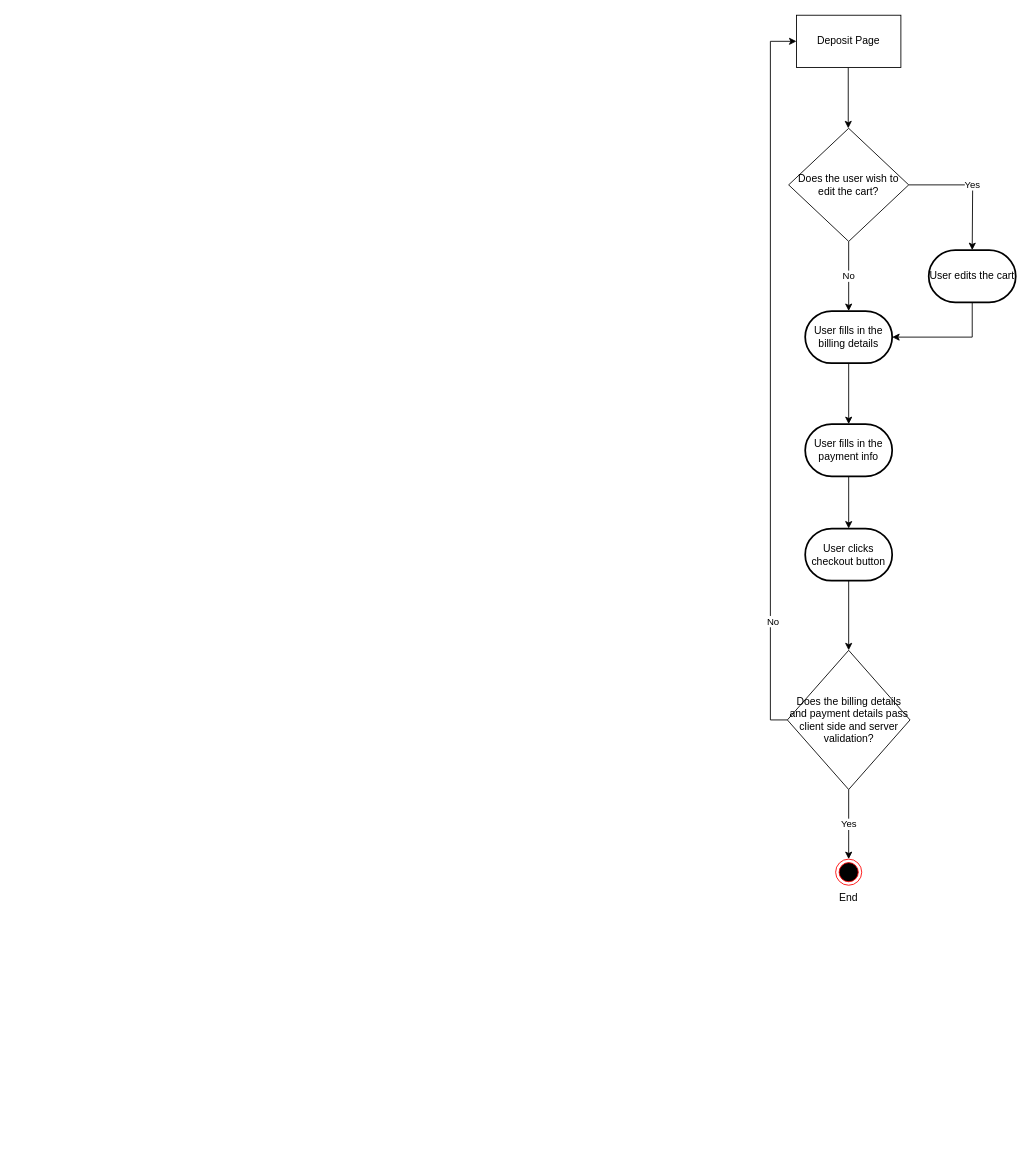
Awrmani/AutoQuotes keeps this draw.io diagram as Activity_Diagrams/End-User/EndUserDeposit.drawio. Above is the earlier version. Source tidied: cells renumbered, new cells numbered last; positions are measured from the earlier drawing's top-left corner, leaving out a move shared by most shapes. Both pictures are drawn from the tidied source at 87%, with x=0, y=0 at pixel (770, 15).
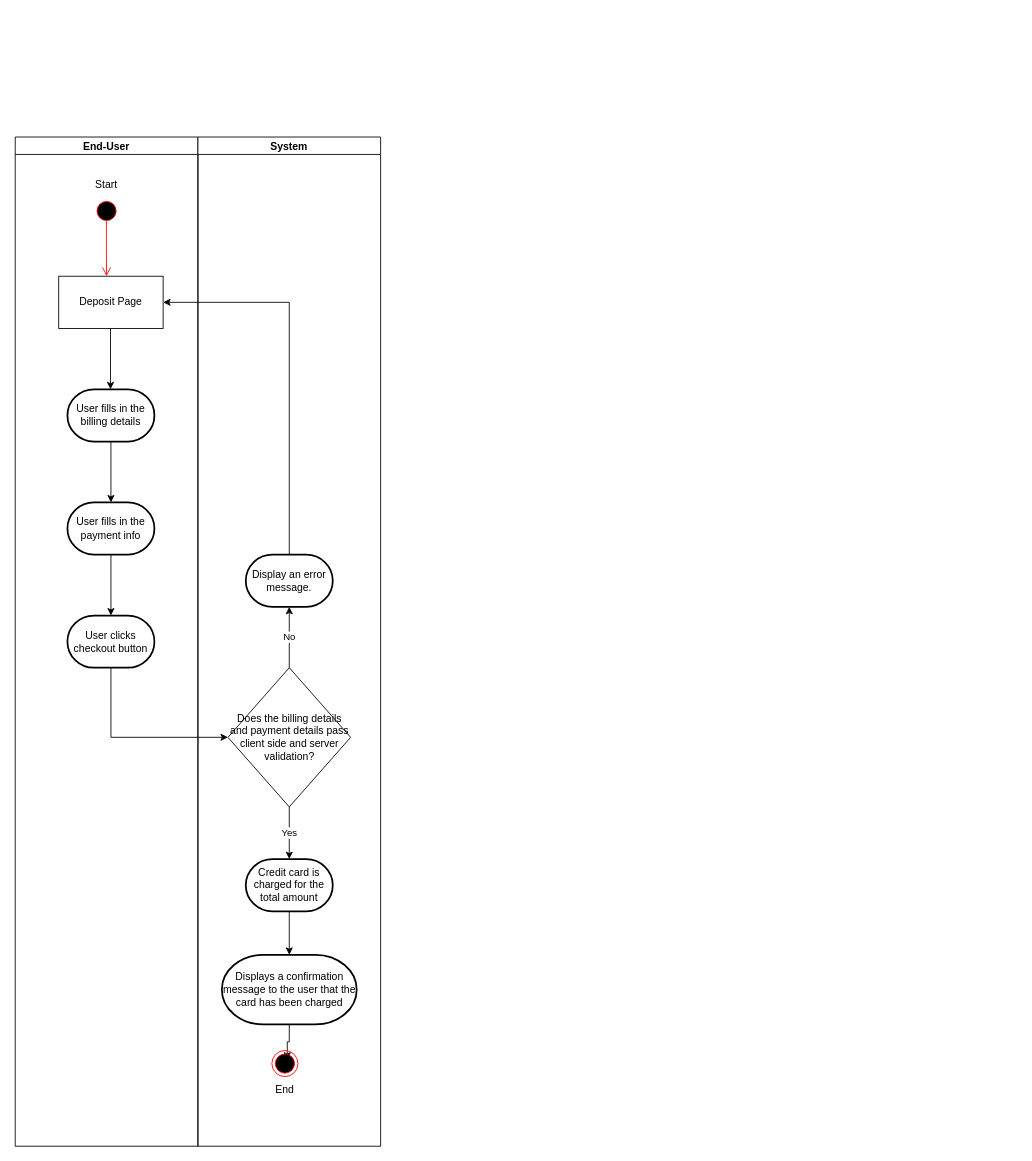
After the change.

Change to the diagram source:
```diff
@@
+    <mxCell id="21" value="End-User" style="swimlane;startSize=20;" parent="1" vertex="1">
+      <mxGeometry x="-868" y="140" width="210" height="1160" as="geometry" />
+    </mxCell>
+    <mxCell id="22" style="ellipse;html=1;shape=startState;fillColor=#000000;strokeColor=#ff0000;" parent="21" vertex="1">
+      <mxGeometry x="90" y="70" width="30" height="30" as="geometry" />
+    </mxCell>
+    <mxCell id="23" style="edgeStyle=orthogonalEdgeStyle;html=1;verticalAlign=bottom;endArrow=open;endSize=8;strokeColor=#ff0000;rounded=0;exitX=0.493;exitY=0.891;exitDx=0;exitDy=0;exitPerimeter=0;" parent="21" edge="1" source="22">
+      <mxGeometry relative="1" as="geometry">
+        <mxPoint x="105" y="160" as="targetPoint" />
+      </mxGeometry>
+    </mxCell>
+    <mxCell id="24" value="Start" style="text;html=1;strokeColor=none;fillColor=none;align=center;verticalAlign=middle;whiteSpace=wrap;rounded=0;" parent="21" vertex="1">
+      <mxGeometry x="75" y="40" width="60" height="30" as="geometry" />
+    </mxCell>
-    <mxCell id="2" style="edgeStyle=orthogonalEdgeStyle;rounded=0;jettySize=auto;html=1;entryX=0.5;entryY=0;entryDx=0;entryDy=0;entryPerimeter=0;" parent="1" edge="1" source="3">
+    <mxCell id="2" style="edgeStyle=orthogonalEdgeStyle;rounded=0;jettySize=auto;html=1;entryX=0.5;entryY=0;entryDx=0;entryDy=0;entryPerimeter=0;" parent="21" edge="1" source="3">
       <mxGeometry relative="1" as="geometry">
-        <mxPoint x="89.5" y="130" as="targetPoint" />
+        <mxPoint x="109.5" y="290" as="targetPoint" />
       </mxGeometry>
     </mxCell>
-    <mxCell id="3" value="Deposit Page" style="rounded=0;whiteSpace=wrap;html=1;" parent="1" vertex="1">
-      <mxGeometry x="30" width="120" height="60" as="geometry" />
+    <mxCell id="3" value="Deposit Page" style="rounded=0;whiteSpace=wrap;html=1;" parent="21" vertex="1">
+      <mxGeometry x="50" y="160" width="120" height="60" as="geometry" />
     </mxCell>
-    <mxCell id="4" value="No" style="edgeStyle=orthogonalEdgeStyle;rounded=0;jettySize=auto;html=1;" parent="1" edge="1" source="6">
-      <mxGeometry relative="1" as="geometry">
-        <mxPoint x="90" y="340" as="targetPoint" />
-      </mxGeometry>
-    </mxCell>
+    <mxCell id="8" value="User fills in the billing details" style="strokeWidth=2;html=1;shape=mxgraph.flowchart.terminator;whiteSpace=wrap;" parent="21" vertex="1">
+      <mxGeometry x="60" y="290" width="100" height="60" as="geometry" />
+    </mxCell>
+    <mxCell id="10" value="User fills in the payment info" style="strokeWidth=2;html=1;shape=mxgraph.flowchart.terminator;whiteSpace=wrap;" parent="21" vertex="1">
+      <mxGeometry x="60" y="420" width="100" height="60" as="geometry" />
+    </mxCell>
+    <mxCell id="7" style="edgeStyle=orthogonalEdgeStyle;rounded=0;jettySize=auto;html=1;" parent="21" edge="1" source="8" target="10">
+      <mxGeometry relative="1" as="geometry" />
+    </mxCell>
+    <mxCell id="18" value="User clicks checkout button" style="strokeWidth=2;html=1;shape=mxgraph.flowchart.terminator;whiteSpace=wrap;" parent="21" vertex="1">
+      <mxGeometry x="60" y="550" width="100" height="60" as="geometry" />
+    </mxCell>
+    <mxCell id="9" style="edgeStyle=orthogonalEdgeStyle;rounded=0;jettySize=auto;html=1;entryX=0.5;entryY=0;entryDx=0;entryDy=0;entryPerimeter=0;" parent="21" edge="1" source="10" target="18">
+      <mxGeometry relative="1" as="geometry" />
+    </mxCell>
+    <mxCell id="25" value="System" style="swimlane;startSize=20;" parent="1" vertex="1">
+      <mxGeometry x="-658" y="140" width="210" height="1160" as="geometry" />
+    </mxCell>
-    <mxCell id="5" value="Yes" style="edgeStyle=orthogonalEdgeStyle;rounded=0;jettySize=auto;html=1;" parent="1" edge="1" source="6">
-      <mxGeometry relative="1" as="geometry">
-        <mxPoint x="232" y="270" as="targetPoint" />
-      </mxGeometry>
+    <mxCell id="5" value="Yes" style="edgeStyle=orthogonalEdgeStyle;rounded=0;jettySize=auto;html=1;" parent="25" edge="1" source="14" target="28">
+      <mxGeometry relative="1" as="geometry" />
     </mxCell>
-    <mxCell id="6" value="&lt;div style=&quot;&quot;&gt;&lt;span style=&quot;background-color: initial;&quot;&gt;Does the user wish to edit the cart?&lt;/span&gt;&lt;/div&gt;" style="rhombus;whiteSpace=wrap;html=1;align=center;" parent="1" vertex="1">
-      <mxGeometry x="21" y="130" width="138" height="130" as="geometry" />
-    </mxCell>
-    <mxCell id="7" style="edgeStyle=orthogonalEdgeStyle;rounded=0;jettySize=auto;html=1;" parent="1" edge="1" source="8" target="10">
-      <mxGeometry relative="1" as="geometry" />
-    </mxCell>
-    <mxCell id="8" value="User fills in the billing details" style="strokeWidth=2;html=1;shape=mxgraph.flowchart.terminator;whiteSpace=wrap;" parent="1" vertex="1">
-      <mxGeometry x="40" y="340" width="100" height="60" as="geometry" />
-    </mxCell>
-    <mxCell id="9" style="edgeStyle=orthogonalEdgeStyle;rounded=0;jettySize=auto;html=1;entryX=0.5;entryY=0;entryDx=0;entryDy=0;entryPerimeter=0;" parent="1" edge="1" source="10" target="18">
-      <mxGeometry relative="1" as="geometry" />
-    </mxCell>
-    <mxCell id="10" value="User fills in the payment info" style="strokeWidth=2;html=1;shape=mxgraph.flowchart.terminator;whiteSpace=wrap;" parent="1" vertex="1">
-      <mxGeometry x="40" y="470" width="100" height="60" as="geometry" />
-    </mxCell>
-    <mxCell id="11" style="edgeStyle=orthogonalEdgeStyle;rounded=0;jettySize=auto;html=1;entryX=0;entryY=0.5;entryDx=0;entryDy=0;exitX=0;exitY=0.5;exitDx=0;exitDy=0;" parent="1" edge="1" source="14" target="3">
-      <mxGeometry relative="1" as="geometry">
-        <Array as="points">
-          <mxPoint y="810" />
-          <mxPoint y="30" />
-        </Array>
-      </mxGeometry>
-    </mxCell>
-    <mxCell id="12" value="No" style="edgeLabel;html=1;align=center;verticalAlign=middle;" parent="11" vertex="1">
-      <mxGeometry x="-0.68" y="-2" relative="1" as="geometry" />
-    </mxCell>
-    <mxCell id="13" value="Yes" style="edgeStyle=orthogonalEdgeStyle;rounded=0;jettySize=auto;html=1;entryX=0.5;entryY=0;entryDx=0;entryDy=0;" parent="1" edge="1" source="14" target="15">
-      <mxGeometry relative="1" as="geometry" />
-    </mxCell>
+    <mxCell id="26" value="No" style="edgeStyle=orthogonalEdgeStyle;rounded=0;jettySize=auto;html=1;entryX=0.5;entryY=1;entryDx=0;entryDy=0;entryPerimeter=0;" parent="25" edge="1" source="14" target="31">
+      <mxGeometry relative="1" as="geometry" />
+    </mxCell>
-    <mxCell id="14" value="&lt;div style=&quot;&quot;&gt;&lt;span style=&quot;background-color: initial;&quot;&gt;Does the billing details and payment details pass client side and server validation?&lt;/span&gt;&lt;/div&gt;" style="rhombus;whiteSpace=wrap;html=1;align=center;" parent="1" vertex="1">
-      <mxGeometry x="19.5" y="730" width="141" height="160" as="geometry" />
+    <mxCell id="14" value="&lt;div style=&quot;&quot;&gt;&lt;span style=&quot;background-color: initial;&quot;&gt;Does the billing details and payment details pass client side and server validation?&lt;/span&gt;&lt;/div&gt;" style="rhombus;whiteSpace=wrap;html=1;align=center;" parent="25" vertex="1">
+      <mxGeometry x="34.5" y="610" width="141" height="160" as="geometry" />
     </mxCell>
+    <mxCell id="27" style="edgeStyle=orthogonalEdgeStyle;rounded=0;jettySize=auto;html=1;" parent="25" edge="1" source="28" target="30">
+      <mxGeometry relative="1" as="geometry" />
+    </mxCell>
+    <mxCell id="28" value="Credit card is charged for the total amount" style="strokeWidth=2;html=1;shape=mxgraph.flowchart.terminator;whiteSpace=wrap;" parent="25" vertex="1">
+      <mxGeometry x="55" y="830" width="100" height="60" as="geometry" />
+    </mxCell>
+    <mxCell id="29" style="edgeStyle=orthogonalEdgeStyle;rounded=0;jettySize=auto;html=1;entryX=0.591;entryY=0.351;entryDx=0;entryDy=0;entryPerimeter=0;" parent="25" edge="1" source="30" target="15">
+      <mxGeometry relative="1" as="geometry" />
+    </mxCell>
+    <mxCell id="30" value="Displays a confirmation message to the user that the card has been charged" style="strokeWidth=2;html=1;shape=mxgraph.flowchart.terminator;whiteSpace=wrap;" parent="25" vertex="1">
+      <mxGeometry x="27.5" y="940" width="155" height="80" as="geometry" />
+    </mxCell>
-    <mxCell id="15" style="ellipse;html=1;shape=endState;fillColor=#000000;strokeColor=#ff0000;" parent="1" vertex="1">
-      <mxGeometry x="75" y="970" width="30" height="30" as="geometry" />
+    <mxCell id="15" style="ellipse;html=1;shape=endState;fillColor=#000000;strokeColor=#ff0000;" parent="25" vertex="1">
+      <mxGeometry x="85" y="1050" width="30" height="30" as="geometry" />
     </mxCell>
-    <mxCell id="16" value="End" style="text;html=1;strokeColor=none;fillColor=none;align=center;verticalAlign=middle;whiteSpace=wrap;rounded=0;" parent="1" vertex="1">
-      <mxGeometry x="60" y="1000" width="60" height="30" as="geometry" />
+    <mxCell id="16" value="End" style="text;html=1;strokeColor=none;fillColor=none;align=center;verticalAlign=middle;whiteSpace=wrap;rounded=0;" parent="25" vertex="1">
+      <mxGeometry x="70" y="1080" width="60" height="30" as="geometry" />
     </mxCell>
+    <mxCell id="31" value="Display an error message." style="strokeWidth=2;html=1;shape=mxgraph.flowchart.terminator;whiteSpace=wrap;" parent="25" vertex="1">
+      <mxGeometry x="55" y="480" width="100" height="60" as="geometry" />
+    </mxCell>
-    <mxCell id="17" style="edgeStyle=orthogonalEdgeStyle;rounded=0;jettySize=auto;html=1;entryX=0.5;entryY=0;entryDx=0;entryDy=0;" parent="1" edge="1" source="18" target="14">
-      <mxGeometry relative="1" as="geometry" />
+    <mxCell id="17" style="edgeStyle=orthogonalEdgeStyle;rounded=0;jettySize=auto;html=1;entryX=0;entryY=0.5;entryDx=0;entryDy=0;" parent="1" edge="1" source="18" target="14">
+      <mxGeometry relative="1" as="geometry">
+        <Array as="points">
+          <mxPoint x="-758" y="830" />
+        </Array>
+      </mxGeometry>
     </mxCell>
-    <mxCell id="18" value="User clicks checkout button" style="strokeWidth=2;html=1;shape=mxgraph.flowchart.terminator;whiteSpace=wrap;" parent="1" vertex="1">
-      <mxGeometry x="40" y="590" width="100" height="60" as="geometry" />
-    </mxCell>
-    <mxCell id="19" style="edgeStyle=orthogonalEdgeStyle;rounded=0;jettySize=auto;html=1;entryX=1;entryY=0.5;entryDx=0;entryDy=0;entryPerimeter=0;" parent="1" edge="1" source="20" target="8">
-      <mxGeometry relative="1" as="geometry">
-        <Array as="points">
-          <mxPoint x="232" y="370" />
-        </Array>
-      </mxGeometry>
-    </mxCell>
-    <mxCell id="20" value="User edits the cart" style="strokeWidth=2;html=1;shape=mxgraph.flowchart.terminator;whiteSpace=wrap;" parent="1" vertex="1">
-      <mxGeometry x="182" y="270" width="100" height="60" as="geometry" />
-    </mxCell>
+    <mxCell id="32" style="edgeStyle=orthogonalEdgeStyle;rounded=0;jettySize=auto;html=1;entryX=1;entryY=0.5;entryDx=0;entryDy=0;" parent="1" edge="1" source="31" target="3">
+      <mxGeometry relative="1" as="geometry">
+        <Array as="points">
+          <mxPoint x="-553" y="330" />
+        </Array>
+      </mxGeometry>
+    </mxCell>
```
